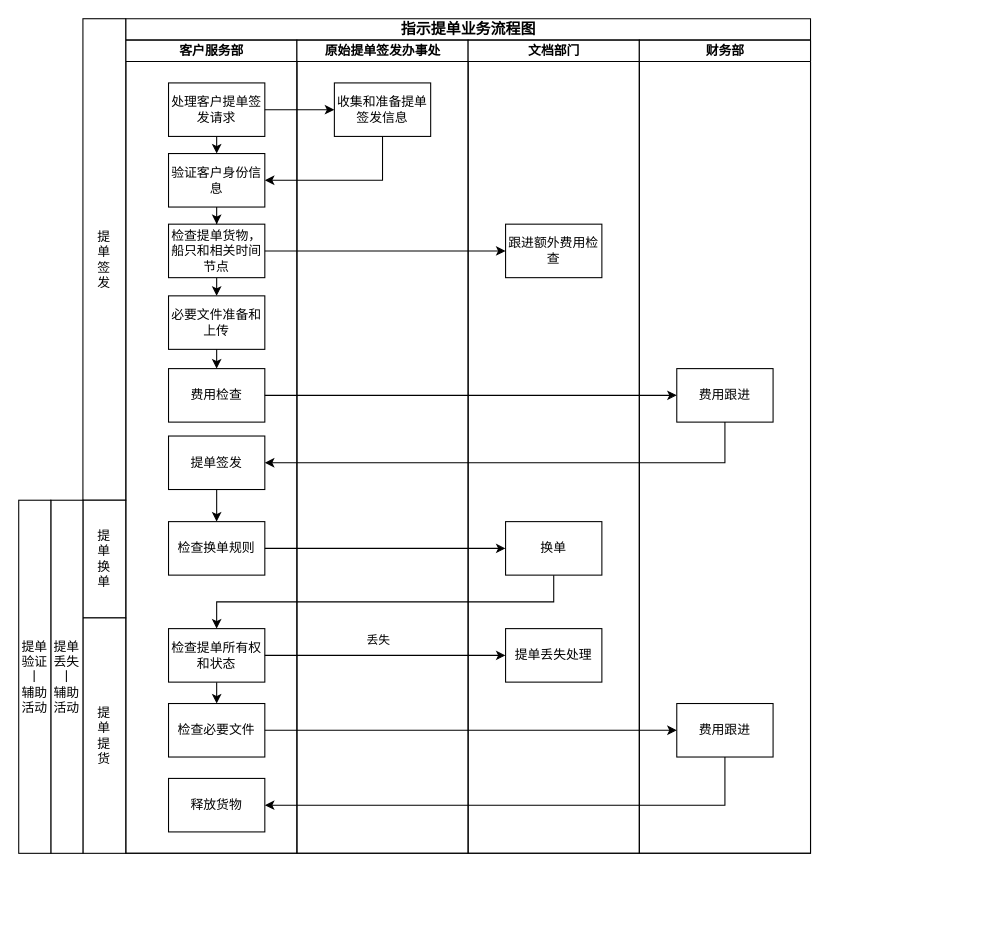
Earlier version of the draw.io diagram 指示提单全业务流程图.drawio (huangdamon/taobao_catch). Source tidied: cells renumbered, new cells numbered last; positions are measured from the earlier drawing's top-left corner, leaving out a move shared by most shapes. Both pictures are drawn from the tidied source at 107%, with x=0, y=0 at pixel (18, 18).
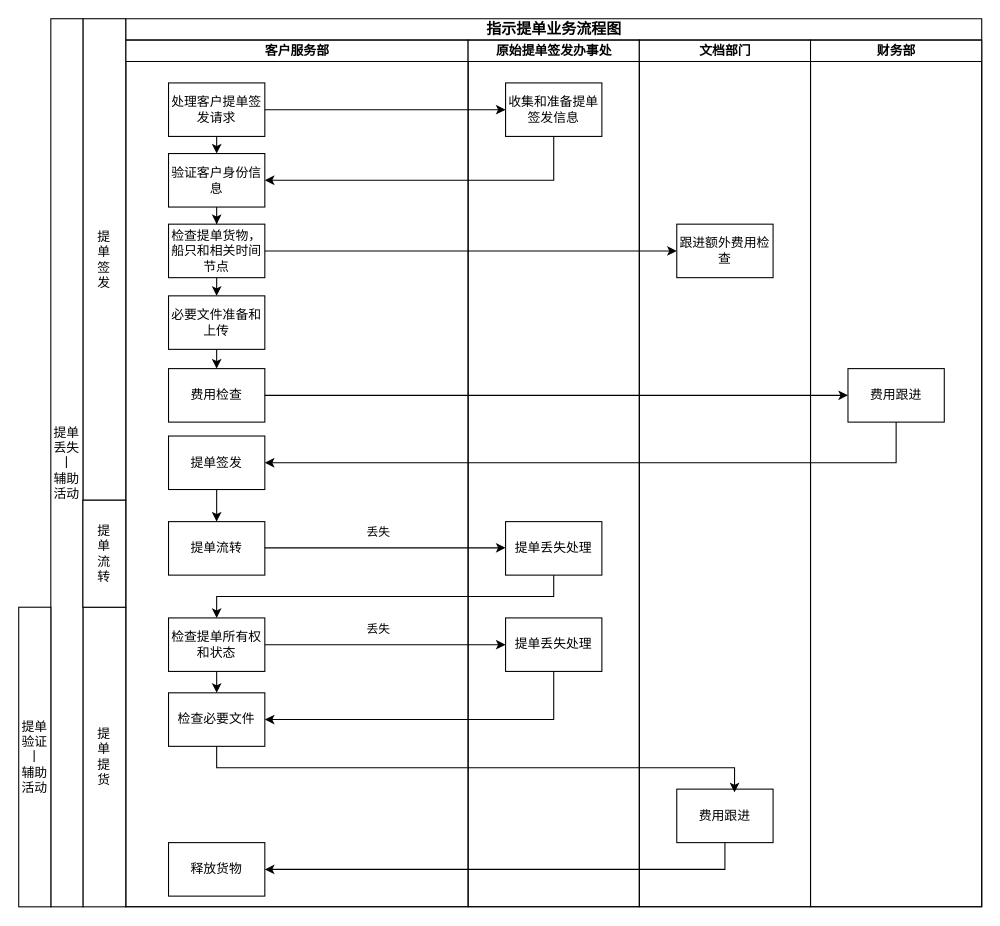
The same page after the edit.

Commit message:
Update 指示提单全业务流程图.drawio

The change refers to these unchanged cells:
```xml
<mxCell id="14" value="提单签发" style="rounded=0;whiteSpace=wrap;html=1;" parent="3" vertex="1">
  <mxGeometry x="40" y="370" width="90" height="50" as="geometry" />
</mxCell>
```

Diff of the diagram source:
```diff
@@
     <mxCell id="2" value="&lt;font style=&quot;font-size: 14px;&quot;&gt;指示提单业务流程图&lt;/font&gt;" style="swimlane;html=1;startSize=20;rounded=0;shadow=0;labelBackgroundColor=none;strokeWidth=1;fontFamily=Verdana;fontSize=8;align=center;" parent="1" vertex="1">
-      <mxGeometry x="100" width="640" height="780" as="geometry" />
+      <mxGeometry x="100" width="800" height="830" as="geometry" />
     </mxCell>
     <mxCell id="3" value="客户服务部" style="swimlane;html=1;startSize=20;" parent="2" vertex="1">
-      <mxGeometry y="20" width="160" height="760" as="geometry" />
+      <mxGeometry y="20" width="320" height="810" as="geometry" />
     </mxCell>
@@
-    <mxCell id="13" style="edgeStyle=orthogonalEdgeStyle;rounded=0;jettySize=auto;html=1;exitX=0.5;exitY=1;exitDx=0;exitDy=0;entryX=0.5;entryY=0;entryDx=0;entryDy=0;" parent="3" edge="1" source="14" target="19">
-      <mxGeometry relative="1" as="geometry" />
-    </mxCell>
+    <mxCell id="45" style="edgeStyle=orthogonalEdgeStyle;rounded=0;jettySize=auto;html=1;exitX=0.5;exitY=1;exitDx=0;exitDy=0;entryX=0.5;entryY=0;entryDx=0;entryDy=0;" parent="3" edge="1" source="14" target="46">
+      <mxGeometry relative="1" as="geometry" />
+    </mxCell>
@@
     <mxCell id="16" value="检查提单所有权和状态" style="rounded=0;whiteSpace=wrap;html=1;" parent="3" vertex="1">
-      <mxGeometry x="40" y="550" width="90" height="50" as="geometry" />
+      <mxGeometry x="40" y="540" width="90" height="50" as="geometry" />
     </mxCell>
     <mxCell id="17" value="检查必要文件" style="rounded=0;whiteSpace=wrap;html=1;" parent="3" vertex="1">
-      <mxGeometry x="40" y="620" width="90" height="50" as="geometry" />
+      <mxGeometry x="40" y="610" width="90" height="50" as="geometry" />
     </mxCell>
     <mxCell id="18" value="释放货物" style="rounded=0;whiteSpace=wrap;html=1;" parent="3" vertex="1">
-      <mxGeometry x="40" y="690" width="90" height="50" as="geometry" />
+      <mxGeometry x="40" y="750" width="90" height="50" as="geometry" />
     </mxCell>
-    <mxCell id="19" value="检查换单规则" style="rounded=0;whiteSpace=wrap;html=1;" parent="3" vertex="1">
-      <mxGeometry x="40" y="450" width="90" height="50" as="geometry" />
-    </mxCell>
+    <mxCell id="46" value="提单流转" style="rounded=0;whiteSpace=wrap;html=1;" parent="3" vertex="1">
+      <mxGeometry x="40" y="450" width="90" height="50" as="geometry" />
+    </mxCell>
+    <mxCell id="47" style="edgeStyle=orthogonalEdgeStyle;rounded=0;orthogonalLoop=1;jettySize=auto;html=1;exitX=1;exitY=0.5;exitDx=0;exitDy=0;entryX=0;entryY=0.5;entryDx=0;entryDy=0;" parent="3" edge="1">
+      <mxGeometry relative="1" as="geometry">
+        <mxPoint x="130" y="474.5" as="sourcePoint" />
+        <mxPoint x="355" y="474.5" as="targetPoint" />
+      </mxGeometry>
+    </mxCell>
+    <mxCell id="48" value="丢失" style="edgeLabel;html=1;align=center;verticalAlign=middle;" parent="47" vertex="1">
+      <mxGeometry x="-0.07" relative="1" as="geometry">
+        <mxPoint y="-15" as="offset" />
+      </mxGeometry>
+    </mxCell>
     <mxCell id="20" value="原始提单签发办事处" style="swimlane;html=1;startSize=20;" parent="2" vertex="1">
-      <mxGeometry x="160" y="20" width="160" height="760" as="geometry" />
+      <mxGeometry x="320" y="20" width="160" height="810" as="geometry" />
     </mxCell>
@@
+    <mxCell id="49" value="提单丢失处理" style="rounded=0;whiteSpace=wrap;html=1;" parent="20" vertex="1">
+      <mxGeometry x="35" y="450" width="90" height="50" as="geometry" />
+    </mxCell>
+    <mxCell id="24" value="提单丢失处理" style="rounded=0;whiteSpace=wrap;html=1;" parent="20" vertex="1">
+      <mxGeometry x="35" y="540" width="90" height="50" as="geometry" />
+    </mxCell>
     <mxCell id="22" value="文档部门" style="swimlane;html=1;startSize=20;" parent="2" vertex="1">
-      <mxGeometry x="320" y="20" width="160" height="760" as="geometry" />
+      <mxGeometry x="480" y="20" width="160" height="810" as="geometry" />
     </mxCell>
@@
-    <mxCell id="24" value="提单丢失处理" style="rounded=0;whiteSpace=wrap;html=1;" parent="22" vertex="1">
-      <mxGeometry x="35" y="550" width="90" height="50" as="geometry" />
-    </mxCell>
-    <mxCell id="25" value="换单" style="rounded=0;whiteSpace=wrap;html=1;" parent="22" vertex="1">
-      <mxGeometry x="35" y="450" width="90" height="50" as="geometry" />
-    </mxCell>
+    <mxCell id="28" value="费用跟进" style="rounded=0;whiteSpace=wrap;html=1;" parent="22" vertex="1">
+      <mxGeometry x="35" y="700" width="90" height="50" as="geometry" />
+    </mxCell>
     <mxCell id="26" value="财务部" style="swimlane;html=1;startSize=20;" parent="2" vertex="1">
-      <mxGeometry x="480" y="20" width="160" height="760" as="geometry" />
+      <mxGeometry x="640" y="20" width="160" height="810" as="geometry" />
     </mxCell>
@@
-    <mxCell id="28" value="费用跟进" style="rounded=0;whiteSpace=wrap;html=1;" parent="26" vertex="1">
-      <mxGeometry x="35" y="620" width="90" height="50" as="geometry" />
-    </mxCell>
@@
+    <mxCell id="37" style="edgeStyle=orthogonalEdgeStyle;rounded=0;jettySize=auto;html=1;exitX=0.5;exitY=1;exitDx=0;exitDy=0;entryX=1;entryY=0.5;entryDx=0;entryDy=0;" parent="2" edge="1" source="28" target="18">
+      <mxGeometry relative="1" as="geometry" />
+    </mxCell>
+    <mxCell id="36" style="edgeStyle=orthogonalEdgeStyle;rounded=0;jettySize=auto;html=1;exitX=0.5;exitY=1;exitDx=0;exitDy=0;entryX=0.6;entryY=0.06;entryDx=0;entryDy=0;entryPerimeter=0;" parent="2" edge="1" source="17" target="28">
+      <mxGeometry relative="1" as="geometry" />
+    </mxCell>
+    <mxCell id="50" style="edgeStyle=orthogonalEdgeStyle;rounded=0;jettySize=auto;html=1;exitX=0.5;exitY=1;exitDx=0;exitDy=0;entryX=0.5;entryY=0;entryDx=0;entryDy=0;" parent="2" edge="1" source="49" target="16">
+      <mxGeometry relative="1" as="geometry" />
+    </mxCell>
@@
-    <mxCell id="36" style="edgeStyle=orthogonalEdgeStyle;rounded=0;jettySize=auto;html=1;exitX=1;exitY=0.5;exitDx=0;exitDy=0;entryX=0;entryY=0.5;entryDx=0;entryDy=0;" parent="2" edge="1" source="17" target="28">
-      <mxGeometry relative="1" as="geometry" />
-    </mxCell>
-    <mxCell id="37" style="edgeStyle=orthogonalEdgeStyle;rounded=0;jettySize=auto;html=1;exitX=0.5;exitY=1;exitDx=0;exitDy=0;entryX=1;entryY=0.5;entryDx=0;entryDy=0;" parent="2" edge="1" source="28" target="18">
-      <mxGeometry relative="1" as="geometry" />
-    </mxCell>
-    <mxCell id="38" style="edgeStyle=orthogonalEdgeStyle;rounded=0;jettySize=auto;html=1;exitX=1;exitY=0.5;exitDx=0;exitDy=0;entryX=0;entryY=0.5;entryDx=0;entryDy=0;" parent="2" edge="1" source="19" target="25">
-      <mxGeometry relative="1" as="geometry" />
-    </mxCell>
-    <mxCell id="39" style="edgeStyle=orthogonalEdgeStyle;rounded=0;jettySize=auto;html=1;exitX=0.5;exitY=1;exitDx=0;exitDy=0;entryX=0.5;entryY=0;entryDx=0;entryDy=0;" parent="2" edge="1" source="25" target="16">
-      <mxGeometry relative="1" as="geometry" />
-    </mxCell>
+    <mxCell id="51" style="edgeStyle=orthogonalEdgeStyle;rounded=0;jettySize=auto;html=1;exitX=0.5;exitY=1;exitDx=0;exitDy=0;entryX=1;entryY=0.5;entryDx=0;entryDy=0;" parent="2" edge="1" source="24" target="17">
+      <mxGeometry relative="1" as="geometry" />
+    </mxCell>
@@
-    <mxCell id="41" value="提&lt;br&gt;单&lt;br&gt;换&lt;br&gt;单" style="rounded=0;whiteSpace=wrap;html=1;" parent="1" vertex="1">
-      <mxGeometry x="60" y="450" width="40" height="110" as="geometry" />
-    </mxCell>
     <mxCell id="42" value="提&lt;br&gt;单&lt;br&gt;提&lt;br&gt;货" style="rounded=0;whiteSpace=wrap;html=1;" parent="1" vertex="1">
-      <mxGeometry x="60" y="560" width="40" height="220" as="geometry" />
+      <mxGeometry x="60" y="550" width="40" height="280" as="geometry" />
     </mxCell>
     <mxCell id="43" value="提单丢失&lt;br&gt;丨&lt;br&gt;辅助活动" style="rounded=0;whiteSpace=wrap;html=1;" parent="1" vertex="1">
-      <mxGeometry x="30" y="450" width="30" height="330" as="geometry" />
+      <mxGeometry x="30" width="30" height="830" as="geometry" />
     </mxCell>
     <mxCell id="44" value="提单验证&lt;br&gt;丨&lt;br&gt;辅助活动" style="rounded=0;whiteSpace=wrap;html=1;" parent="1" vertex="1">
-      <mxGeometry y="450" width="30" height="330" as="geometry" />
+      <mxGeometry y="550" width="30" height="280" as="geometry" />
     </mxCell>
+    <mxCell id="52" value="提&lt;br&gt;单&lt;br&gt;流&lt;br&gt;转" style="rounded=0;whiteSpace=wrap;html=1;" parent="1" vertex="1">
+      <mxGeometry x="60" y="450" width="40" height="100" as="geometry" />
+    </mxCell>
```
